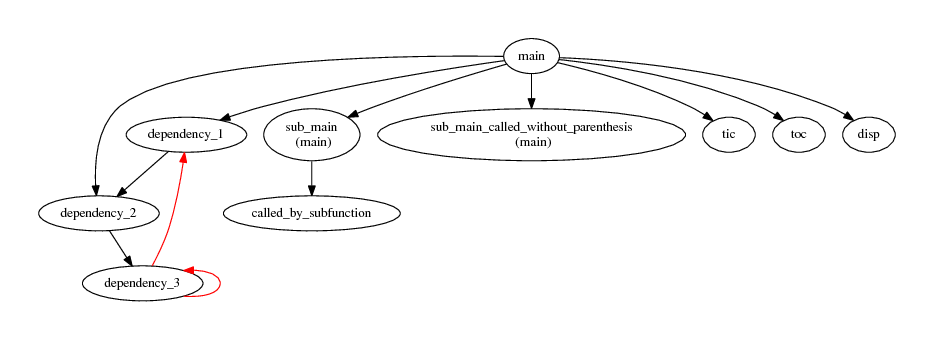
This is readme_figures/readme_fig5.png from KaeroDot/mDepGen, a Graphviz export, as it was before one commit. Its source is kept beside it as readme_figures/readme_fig5.dot.
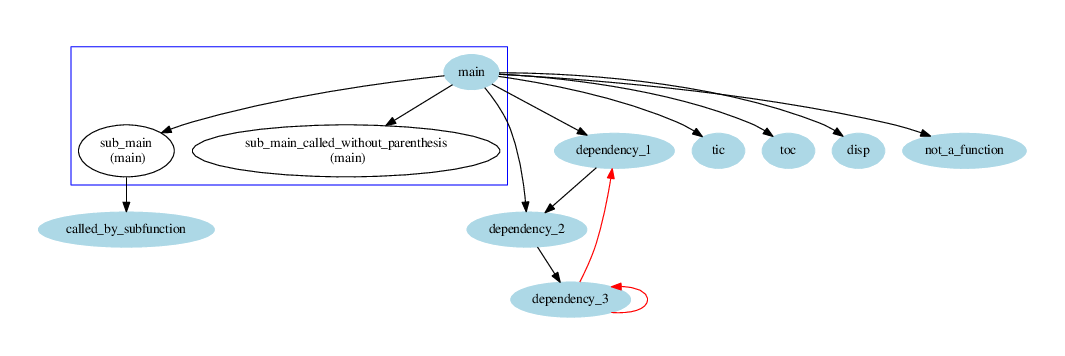
After the commit.

The edit, as a diff of the source:
```diff
@@ -1,6 +1,25 @@
 /* Generated by mDepGen */
 digraph dep {
 node [shape = oval];
+/* start of shape definitions */
+"main" [color=lightblue, style=filled];
+"dependency_1" [color=lightblue, style=filled];
+"dependency_2" [color=lightblue, style=filled];
+"dependency_3" [color=lightblue, style=filled];
+"called_by_subfunction" [color=lightblue, style=filled];
+"tic" [color=lightblue, style=filled];
+"toc" [color=lightblue, style=filled];
+"disp" [color=lightblue, style=filled];
+"not_a_function" [color=lightblue, style=filled];
+/* end of shape definitions */
+/* start of subgraph definitions */
+subgraph cluster005 {
+color=blue;
+    "main";
+    "sub_main\n (main)";
+    "sub_main_called_without_parenthesis\n (main)";
+}
+/* end of subgraph definitions */
 "main" -> "dependency_1" ;
 "dependency_1" -> "dependency_2" ;
 "dependency_2" -> "dependency_3" ;
@@ -13,4 +32,5 @@
 "main" -> "tic" ;
 "main" -> "toc" ;
 "main" -> "disp" ;
+"main" -> "not_a_function" ;
 }
```
